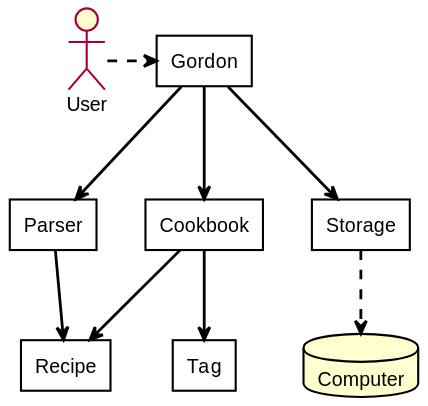
Earlier version of the PlantUML export docs/RenderedUML/ArchitectureDiagram.svg (nus-cs2113-AY2122S1/tp).
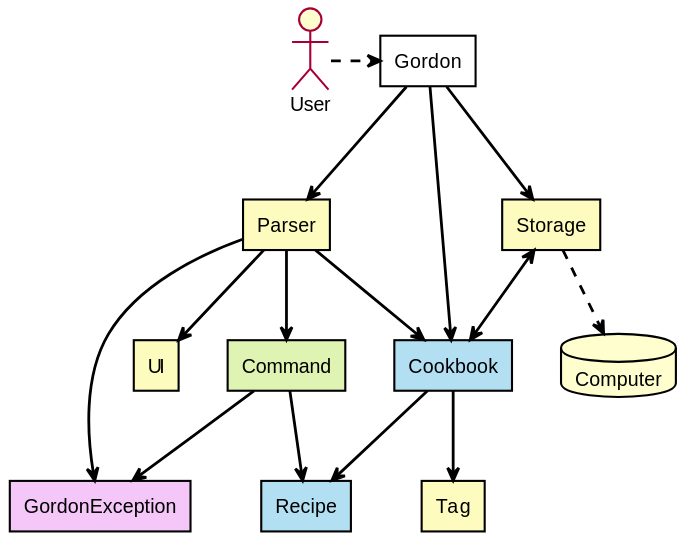
The same diagram one commit later.

Commit message:
Color-coded UML diagrams

What changed in the source:
```diff
@@ -8,27 +8,43 @@
 rectangle Gordon {
 }
 
-rectangle Cookbook {
+rectangle Cookbook LOGIC_BLUE_1 {
 }
 
-rectangle Recipe {
+rectangle Recipe LOGIC_BLUE_1 {
 }
 
-rectangle Parser {
+rectangle Parser LOGIC_YELLOW_1 {
 }
 
-rectangle Tag {
+rectangle Tag LOGIC_YELLOW_1 {
 }
 
-rectangle Storage {
+rectangle Storage LOGIC_YELLOW_1 {
+}
+
+rectangle Command LOGIC_GREEN_1 {
+}
+
+rectangle UI LOGIC_YELLOW_1 {
+}
+
+rectangle GordonException LOGIC_PINK_1 {
 }
 
 User .> Gordon
 Gordon --> Parser
-Gordon --> Cookbook
-Parser --> Recipe
+Gordon ---> Cookbook
+Parser --> GordonException
+Command --> GordonException
+Storage <--> Cookbook
 Cookbook --> Recipe
 Cookbook --> Tag
 Gordon --> Storage
+Parser --> Cookbook
+Parser --> Command
+Parser --> UI
+
+Command --> Recipe
 Storage ..> Computer
 @enduml
```
